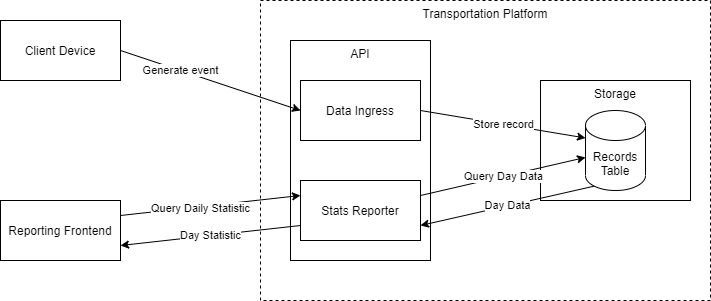
The draw.io diagram docs/imgs/diagram_1.drawio.png in datamole-ai/mff-cloud-app-development, before a commit. Source tidied: cells renumbered, new cells last; positions are measured from the earlier drawing's top-left corner, leaving out a move shared by most shapes.
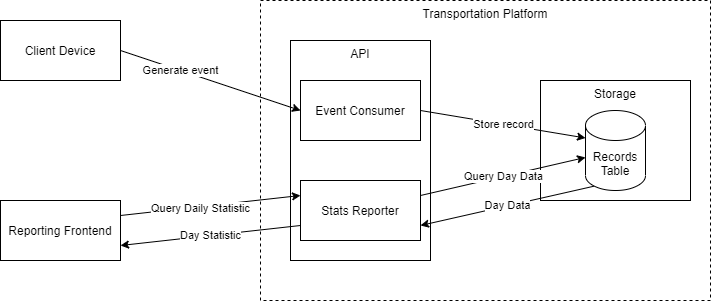
Above is the later version.

What changed in the source:
```diff
@@ -14,7 +14,7 @@
     <mxCell id="5" value="API" style="rounded=0;whiteSpace=wrap;html=1;verticalAlign=top;" parent="1" vertex="1">
       <mxGeometry x="290" y="40" width="140" height="220" as="geometry" />
     </mxCell>
-    <mxCell id="6" value="Data Ingress" style="rounded=0;whiteSpace=wrap;html=1;" parent="1" vertex="1">
+    <mxCell id="6" value="Event Consumer" style="rounded=0;whiteSpace=wrap;html=1;" parent="1" vertex="1">
       <mxGeometry x="300" y="80" width="120" height="60" as="geometry" />
     </mxCell>
     <mxCell id="7" value="Day Statistic" style="edgeStyle=none;html=1;exitX=0;exitY=0.75;exitDx=0;exitDy=0;entryX=1;entryY=0.75;entryDx=0;entryDy=0;" parent="1" edge="1" source="8" target="3">
```
